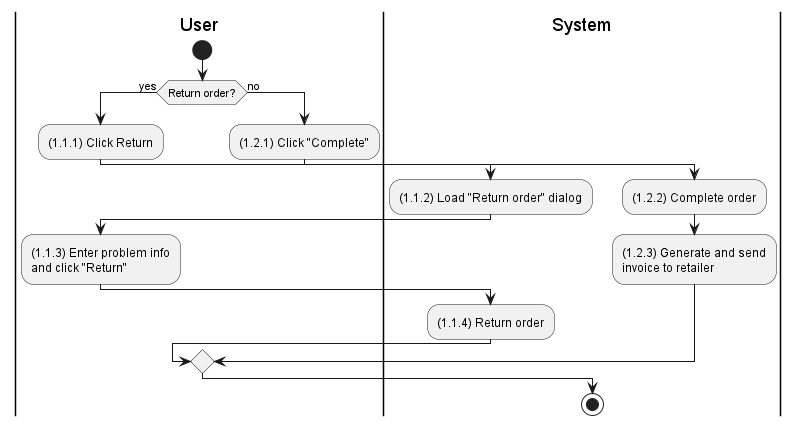
The PlantUML diagram activities/sales-order-complete.png in phihungha/scmss-reqs, before a commit.
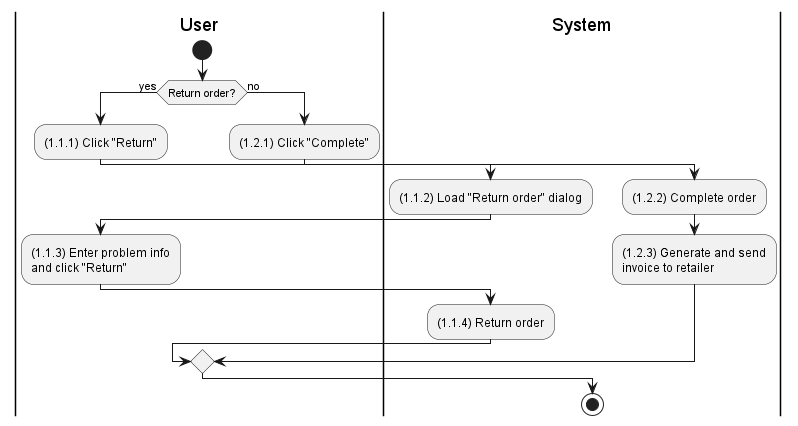
The same file after the commit.

Change to the diagram source:
```diff
@@ -6,7 +6,7 @@
 start
 if (Return order?) then (yes)
     |u|
-    :(1.1.1) Click Return;
+    :(1.1.1) Click "Return";
 
     |s|
     :(1.1.2) Load "Return order" dialog;
```
